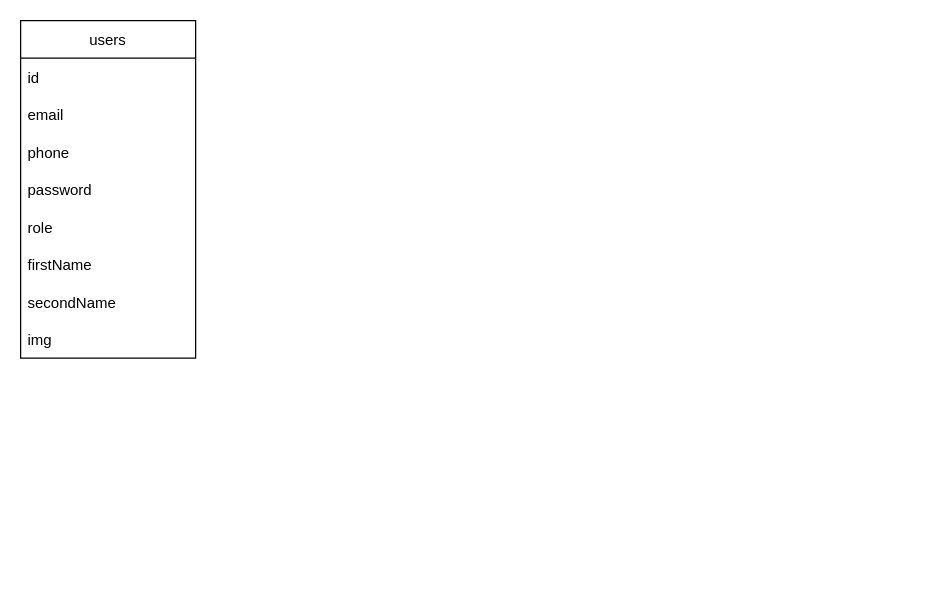
Above: Untitled Diagram.drawio in virus-dev/online-bulletin-board-backend (draw.io), before the change. Source tidied: cells renumbered, new cells numbered last; positions are measured from the earlier drawing's top-left corner, leaving out a move shared by most shapes. Both pictures are drawn from the tidied source at 125%, with x=0, y=0 at pixel (20, 20).
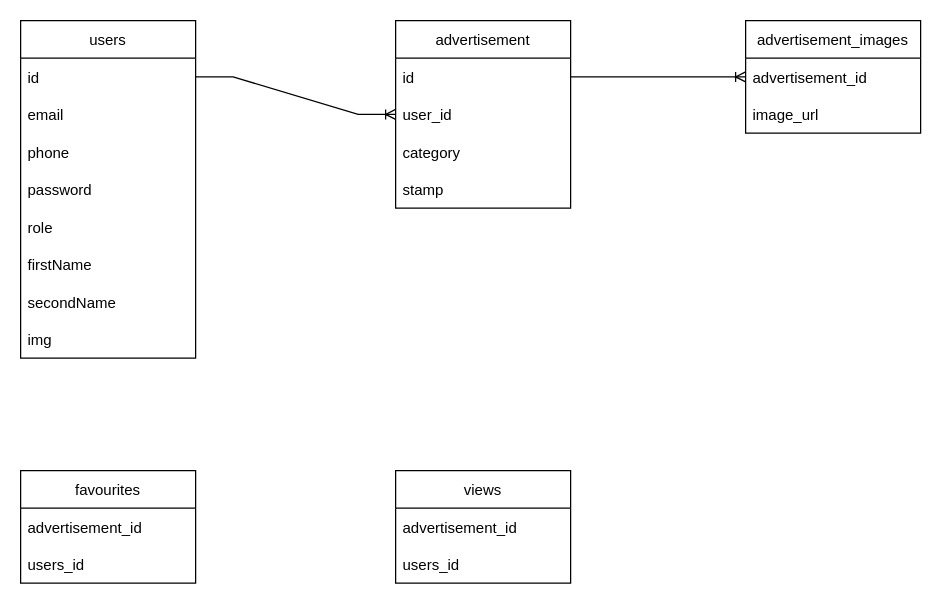
After the change.

The change refers to these unchanged cells:
```xml
<mxCell id="3" value="id" style="text;strokeColor=none;fillColor=none;align=left;verticalAlign=middle;spacingLeft=4;spacingRight=4;overflow=hidden;points=[[0,0.5],[1,0.5]];portConstraint=eastwest;" parent="2" vertex="1">
  <mxGeometry y="30" width="140" height="30" as="geometry" />
</mxCell>
```

Diff of the diagram source:
```diff
@@
+    <mxCell id="11" value="advertisement" style="swimlane;fontStyle=0;horizontal=1;startSize=30;" parent="1" vertex="1">
+      <mxGeometry x="300" width="140" height="150" as="geometry" />
+    </mxCell>
+    <mxCell id="12" value="id" style="text;strokeColor=none;fillColor=none;align=left;verticalAlign=middle;spacingLeft=4;spacingRight=4;overflow=hidden;points=[[0,0.5],[1,0.5]];portConstraint=eastwest;" parent="11" vertex="1">
+      <mxGeometry y="30" width="140" height="30" as="geometry" />
+    </mxCell>
+    <mxCell id="13" value="user_id" style="text;strokeColor=none;fillColor=none;align=left;verticalAlign=middle;spacingLeft=4;spacingRight=4;overflow=hidden;points=[[0,0.5],[1,0.5]];portConstraint=eastwest;" parent="11" vertex="1">
+      <mxGeometry y="60" width="140" height="30" as="geometry" />
+    </mxCell>
+    <mxCell id="14" value="category" style="text;strokeColor=none;fillColor=none;align=left;verticalAlign=middle;spacingLeft=4;spacingRight=4;overflow=hidden;" parent="11" vertex="1">
+      <mxGeometry y="90" width="140" height="30" as="geometry" />
+    </mxCell>
+    <mxCell id="15" value="stamp" style="text;strokeColor=none;fillColor=none;align=left;verticalAlign=middle;spacingLeft=4;spacingRight=4;overflow=hidden;" parent="11" vertex="1">
+      <mxGeometry y="120" width="140" height="30" as="geometry" />
+    </mxCell>
+    <mxCell id="16" value="views" style="swimlane;fontStyle=0;horizontal=1;startSize=30;" parent="1" vertex="1">
+      <mxGeometry x="300" y="360" width="140" height="90" as="geometry" />
+    </mxCell>
+    <mxCell id="17" value="advertisement_id" style="text;strokeColor=none;fillColor=none;align=left;verticalAlign=middle;spacingLeft=4;spacingRight=4;overflow=hidden;" parent="16" vertex="1">
+      <mxGeometry y="30" width="140" height="30" as="geometry" />
+    </mxCell>
+    <mxCell id="18" value="users_id" style="text;strokeColor=none;fillColor=none;align=left;verticalAlign=middle;spacingLeft=4;spacingRight=4;overflow=hidden;" parent="16" vertex="1">
+      <mxGeometry y="60" width="140" height="30" as="geometry" />
+    </mxCell>
+    <mxCell id="19" value="favourites" style="swimlane;fontStyle=0;horizontal=1;startSize=30;" parent="1" vertex="1">
+      <mxGeometry y="360" width="140" height="90" as="geometry" />
+    </mxCell>
+    <mxCell id="20" value="advertisement_id" style="text;strokeColor=none;fillColor=none;align=left;verticalAlign=middle;spacingLeft=4;spacingRight=4;overflow=hidden;" parent="19" vertex="1">
+      <mxGeometry y="30" width="140" height="30" as="geometry" />
+    </mxCell>
+    <mxCell id="21" value="users_id" style="text;strokeColor=none;fillColor=none;align=left;verticalAlign=middle;spacingLeft=4;spacingRight=4;overflow=hidden;" parent="19" vertex="1">
+      <mxGeometry y="60" width="140" height="30" as="geometry" />
+    </mxCell>
+    <mxCell id="22" style="edgeStyle=entityRelationEdgeStyle;fontSize=12;html=1;endArrow=ERoneToMany;rounded=0;entryX=0;entryY=0.5;entryDx=0;entryDy=0;exitX=1;exitY=0.5;exitDx=0;exitDy=0;" parent="1" edge="1" source="3" target="13">
+      <mxGeometry relative="1" as="geometry" />
+    </mxCell>
+    <mxCell id="23" value="advertisement_images" style="swimlane;fontStyle=0;horizontal=1;startSize=30;" parent="1" vertex="1">
+      <mxGeometry x="580" width="140" height="90" as="geometry" />
+    </mxCell>
+    <mxCell id="24" value="advertisement_id" style="text;strokeColor=none;fillColor=none;align=left;verticalAlign=middle;spacingLeft=4;spacingRight=4;overflow=hidden;points=[[0,0.5],[1,0.5]];portConstraint=eastwest;" parent="23" vertex="1">
+      <mxGeometry y="30" width="140" height="30" as="geometry" />
+    </mxCell>
+    <mxCell id="25" value="image_url" style="text;strokeColor=none;fillColor=none;align=left;verticalAlign=middle;spacingLeft=4;spacingRight=4;overflow=hidden;" parent="23" vertex="1">
+      <mxGeometry y="60" width="140" height="30" as="geometry" />
+    </mxCell>
+    <mxCell id="26" style="edgeStyle=entityRelationEdgeStyle;fontSize=12;html=1;endArrow=ERoneToMany;rounded=0;entryX=0;entryY=0.5;entryDx=0;entryDy=0;exitX=1;exitY=0.5;exitDx=0;exitDy=0;" parent="1" edge="1" source="12" target="24">
+      <mxGeometry relative="1" as="geometry" />
+    </mxCell>
```
